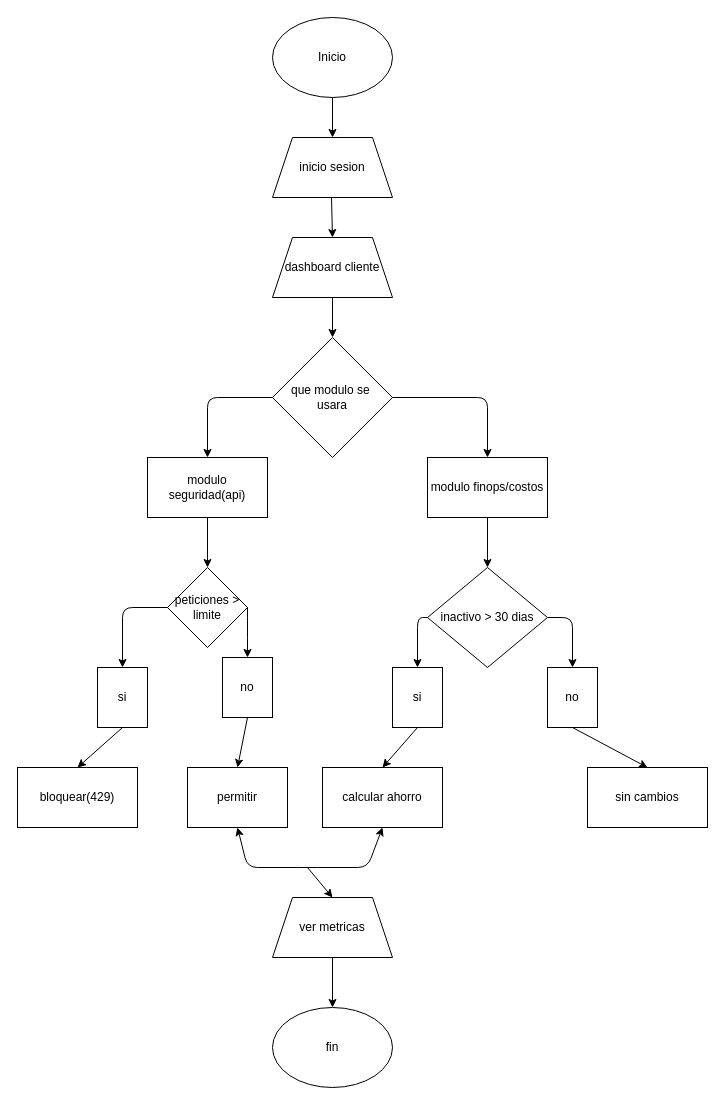
Before: PRACTICES/Unit1/aguirre-idea.drawio in esteban3042250018-glitch/4B_practices_aguirre, a draw.io diagram. Source tidied: cells renumbered, new cells numbered last; positions are measured from the earlier drawing's top-left corner, leaving out a move shared by most shapes. Both pictures are drawn from the tidied source at 100%, with x=0, y=0 at pixel (17, 17).
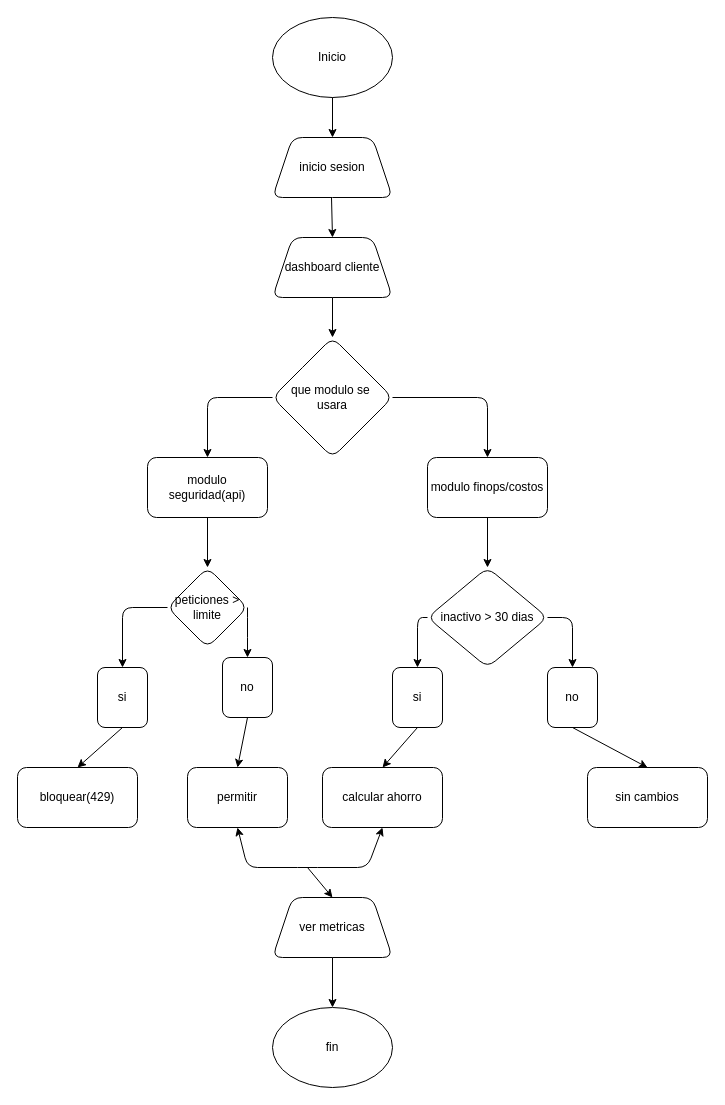
Above is the later version.

The edit, as a diff of the source:
```diff
@@
-<mxGraphModel>
+<mxGraphModel background="light-dark(#ffffff, #121212)">
@@
-    <mxCell id="2" value="Inicio" style="ellipse;whiteSpace=wrap;html=1;" parent="1" vertex="1">
+    <mxCell id="2" value="Inicio" style="ellipse;whiteSpace=wrap;html=1;rounded=1;" parent="1" vertex="1">
       <mxGeometry x="255" width="120" height="80" as="geometry" />
     </mxCell>
-    <mxCell id="3" value="inicio sesion" style="shape=trapezoid;perimeter=trapezoidPerimeter;whiteSpace=wrap;html=1;fixedSize=1;" parent="1" vertex="1">
+    <mxCell id="3" value="inicio sesion" style="shape=trapezoid;perimeter=trapezoidPerimeter;whiteSpace=wrap;html=1;fixedSize=1;rounded=1;" parent="1" vertex="1">
       <mxGeometry x="255" y="120" width="120" height="60" as="geometry" />
     </mxCell>
-    <mxCell id="4" value="que modulo se&amp;nbsp;&lt;div&gt;usara&lt;/div&gt;" style="rhombus;whiteSpace=wrap;html=1;" parent="1" vertex="1">
+    <mxCell id="4" value="que modulo se&amp;nbsp;&lt;div&gt;usara&lt;/div&gt;" style="rhombus;whiteSpace=wrap;html=1;rounded=1;" parent="1" vertex="1">
       <mxGeometry x="255" y="320" width="120" height="120" as="geometry" />
     </mxCell>
-    <mxCell id="5" value="dashboard cliente" style="shape=trapezoid;perimeter=trapezoidPerimeter;whiteSpace=wrap;html=1;fixedSize=1;" parent="1" vertex="1">
+    <mxCell id="5" value="dashboard cliente" style="shape=trapezoid;perimeter=trapezoidPerimeter;whiteSpace=wrap;html=1;fixedSize=1;rounded=1;" parent="1" vertex="1">
       <mxGeometry x="255" y="220" width="120" height="60" as="geometry" />
     </mxCell>
-    <mxCell id="6" value="modulo seguridad(api)" style="rounded=0;whiteSpace=wrap;html=1;" parent="1" vertex="1">
+    <mxCell id="6" value="modulo seguridad(api)" style="rounded=1;whiteSpace=wrap;html=1;" parent="1" vertex="1">
       <mxGeometry x="130" y="440" width="120" height="60" as="geometry" />
     </mxCell>
-    <mxCell id="7" value="modulo finops/costos" style="rounded=0;whiteSpace=wrap;html=1;" parent="1" vertex="1">
+    <mxCell id="7" value="modulo finops/costos" style="rounded=1;whiteSpace=wrap;html=1;" parent="1" vertex="1">
       <mxGeometry x="410" y="440" width="120" height="60" as="geometry" />
     </mxCell>
-    <mxCell id="8" value="peticiones &amp;gt; limite" style="rhombus;whiteSpace=wrap;html=1;" parent="1" vertex="1">
+    <mxCell id="8" value="peticiones &amp;gt; limite" style="rhombus;whiteSpace=wrap;html=1;rounded=1;" parent="1" vertex="1">
       <mxGeometry x="150" y="550" width="80" height="80" as="geometry" />
     </mxCell>
-    <mxCell id="9" value="si" style="rounded=0;whiteSpace=wrap;html=1;" parent="1" vertex="1">
+    <mxCell id="9" value="si" style="rounded=1;whiteSpace=wrap;html=1;" parent="1" vertex="1">
       <mxGeometry x="80" y="650" width="50" height="60" as="geometry" />
     </mxCell>
-    <mxCell id="10" value="no" style="rounded=0;whiteSpace=wrap;html=1;" parent="1" vertex="1">
+    <mxCell id="10" value="no" style="rounded=1;whiteSpace=wrap;html=1;" parent="1" vertex="1">
       <mxGeometry x="205" y="640" width="50" height="60" as="geometry" />
     </mxCell>
-    <mxCell id="11" value="bloquear(429)" style="rounded=0;whiteSpace=wrap;html=1;" parent="1" vertex="1">
+    <mxCell id="11" value="bloquear(429)" style="rounded=1;whiteSpace=wrap;html=1;" parent="1" vertex="1">
       <mxGeometry y="750" width="120" height="60" as="geometry" />
     </mxCell>
-    <mxCell id="12" value="permitir" style="rounded=0;whiteSpace=wrap;html=1;" parent="1" vertex="1">
+    <mxCell id="12" value="permitir" style="rounded=1;whiteSpace=wrap;html=1;" parent="1" vertex="1">
       <mxGeometry x="170" y="750" width="100" height="60" as="geometry" />
     </mxCell>
-    <mxCell id="13" value="inactivo &amp;gt; 30 dias" style="rhombus;whiteSpace=wrap;html=1;" parent="1" vertex="1">
+    <mxCell id="13" value="inactivo &amp;gt; 30 dias" style="rhombus;whiteSpace=wrap;html=1;rounded=1;" parent="1" vertex="1">
       <mxGeometry x="410" y="550" width="120" height="100" as="geometry" />
     </mxCell>
-    <mxCell id="14" value="si" style="rounded=0;whiteSpace=wrap;html=1;" parent="1" vertex="1">
+    <mxCell id="14" value="si" style="rounded=1;whiteSpace=wrap;html=1;" parent="1" vertex="1">
       <mxGeometry x="375" y="650" width="50" height="60" as="geometry" />
     </mxCell>
-    <mxCell id="15" value="no" style="rounded=0;whiteSpace=wrap;html=1;" parent="1" vertex="1">
+    <mxCell id="15" value="no" style="rounded=1;whiteSpace=wrap;html=1;" parent="1" vertex="1">
       <mxGeometry x="530" y="650" width="50" height="60" as="geometry" />
     </mxCell>
-    <mxCell id="16" value="calcular ahorro" style="rounded=0;whiteSpace=wrap;html=1;" parent="1" vertex="1">
+    <mxCell id="16" value="calcular ahorro" style="rounded=1;whiteSpace=wrap;html=1;" parent="1" vertex="1">
       <mxGeometry x="305" y="750" width="120" height="60" as="geometry" />
     </mxCell>
-    <mxCell id="17" value="sin cambios" style="rounded=0;whiteSpace=wrap;html=1;" parent="1" vertex="1">
+    <mxCell id="17" value="sin cambios" style="rounded=1;whiteSpace=wrap;html=1;" parent="1" vertex="1">
       <mxGeometry x="570" y="750" width="120" height="60" as="geometry" />
     </mxCell>
-    <mxCell id="18" value="ver metricas" style="shape=trapezoid;perimeter=trapezoidPerimeter;whiteSpace=wrap;html=1;fixedSize=1;" parent="1" vertex="1">
+    <mxCell id="18" value="ver metricas" style="shape=trapezoid;perimeter=trapezoidPerimeter;whiteSpace=wrap;html=1;fixedSize=1;rounded=1;" parent="1" vertex="1">
       <mxGeometry x="255" y="880" width="120" height="60" as="geometry" />
     </mxCell>
-    <mxCell id="19" value="fin" style="ellipse;whiteSpace=wrap;html=1;" parent="1" vertex="1">
+    <mxCell id="19" value="fin" style="ellipse;whiteSpace=wrap;html=1;rounded=1;" parent="1" vertex="1">
       <mxGeometry x="255" y="990" width="120" height="80" as="geometry" />
     </mxCell>
-    <mxCell id="20" style="endArrow=classic;html=1;exitX=0.5;exitY=1;exitDx=0;exitDy=0;entryX=0.5;entryY=0;entryDx=0;entryDy=0;" parent="1" edge="1" source="2" target="3">
+    <mxCell id="20" style="endArrow=classic;html=1;exitX=0.5;exitY=1;exitDx=0;exitDy=0;entryX=0.5;entryY=0;entryDx=0;entryDy=0;rounded=1;" parent="1" edge="1" source="2" target="3">
       <mxGeometry relative="1" as="geometry" />
     </mxCell>
-    <mxCell id="21" style="endArrow=classic;html=1;entryX=0.5;entryY=0;entryDx=0;entryDy=0;" parent="1" edge="1" target="5">
+    <mxCell id="21" style="endArrow=classic;html=1;entryX=0.5;entryY=0;entryDx=0;entryDy=0;rounded=1;" parent="1" edge="1" target="5">
       <mxGeometry relative="1" as="geometry">
         <mxPoint x="314" y="180" as="sourcePoint" />
       </mxGeometry>
     </mxCell>
-    <mxCell id="22" style="endArrow=classic;html=1;entryX=0.5;entryY=0;entryDx=0;entryDy=0;exitX=0.5;exitY=1;exitDx=0;exitDy=0;" parent="1" edge="1" source="5" target="4">
+    <mxCell id="22" style="endArrow=classic;html=1;entryX=0.5;entryY=0;entryDx=0;entryDy=0;exitX=0.5;exitY=1;exitDx=0;exitDy=0;rounded=1;" parent="1" edge="1" source="5" target="4">
       <mxGeometry relative="1" as="geometry" />
     </mxCell>
-    <mxCell id="23" style="endArrow=classic;html=1;exitX=0;exitY=0.5;exitDx=0;exitDy=0;entryX=0.5;entryY=0;entryDx=0;entryDy=0;" parent="1" edge="1" source="4" target="6">
+    <mxCell id="23" style="endArrow=classic;html=1;exitX=0;exitY=0.5;exitDx=0;exitDy=0;entryX=0.5;entryY=0;entryDx=0;entryDy=0;rounded=1;" parent="1" edge="1" source="4" target="6">
       <mxGeometry relative="1" as="geometry">
         <Array as="points">
           <mxPoint x="190" y="380" />
         </Array>
       </mxGeometry>
     </mxCell>
-    <mxCell id="24" style="endArrow=classic;html=1;entryX=0.5;entryY=0;entryDx=0;entryDy=0;exitX=1;exitY=0.5;exitDx=0;exitDy=0;" parent="1" edge="1" source="4" target="7">
+    <mxCell id="24" style="endArrow=classic;html=1;entryX=0.5;entryY=0;entryDx=0;entryDy=0;exitX=1;exitY=0.5;exitDx=0;exitDy=0;rounded=1;" parent="1" edge="1" source="4" target="7">
       <mxGeometry relative="1" as="geometry">
         <Array as="points">
           <mxPoint x="470" y="380" />
         </Array>
       </mxGeometry>
     </mxCell>
-    <mxCell id="25" style="endArrow=classic;html=1;exitX=0.5;exitY=1;exitDx=0;exitDy=0;" parent="1" edge="1" source="6" target="8">
+    <mxCell id="25" style="endArrow=classic;html=1;exitX=0.5;exitY=1;exitDx=0;exitDy=0;rounded=1;" parent="1" edge="1" source="6" target="8">
       <mxGeometry relative="1" as="geometry" />
     </mxCell>
-    <mxCell id="26" style="endArrow=classic;html=1;exitX=0.5;exitY=1;exitDx=0;exitDy=0;entryX=0.5;entryY=0;entryDx=0;entryDy=0;" parent="1" edge="1" source="7" target="13">
+    <mxCell id="26" style="endArrow=classic;html=1;exitX=0.5;exitY=1;exitDx=0;exitDy=0;entryX=0.5;entryY=0;entryDx=0;entryDy=0;rounded=1;" parent="1" edge="1" source="7" target="13">
       <mxGeometry relative="1" as="geometry" />
     </mxCell>
-    <mxCell id="27" style="endArrow=classic;html=1;exitX=0;exitY=0.5;exitDx=0;exitDy=0;entryX=0.5;entryY=0;entryDx=0;entryDy=0;" parent="1" edge="1" source="8" target="9">
+    <mxCell id="27" style="endArrow=classic;html=1;exitX=0;exitY=0.5;exitDx=0;exitDy=0;entryX=0.5;entryY=0;entryDx=0;entryDy=0;rounded=1;" parent="1" edge="1" source="8" target="9">
       <mxGeometry relative="1" as="geometry">
         <Array as="points">
           <mxPoint x="105" y="590" />
         </Array>
       </mxGeometry>
     </mxCell>
-    <mxCell id="28" style="endArrow=classic;html=1;exitX=1;exitY=0.5;exitDx=0;exitDy=0;entryX=0.5;entryY=0;entryDx=0;entryDy=0;" parent="1" edge="1" source="8" target="10">
+    <mxCell id="28" style="endArrow=classic;html=1;exitX=1;exitY=0.5;exitDx=0;exitDy=0;entryX=0.5;entryY=0;entryDx=0;entryDy=0;rounded=1;" parent="1" edge="1" source="8" target="10">
       <mxGeometry relative="1" as="geometry">
         <Array as="points">
           <mxPoint x="230" y="610" />
         </Array>
       </mxGeometry>
     </mxCell>
-    <mxCell id="29" style="endArrow=classic;html=1;entryX=0.5;entryY=0;entryDx=0;entryDy=0;exitX=0;exitY=0.5;exitDx=0;exitDy=0;" parent="1" edge="1" source="13" target="14">
+    <mxCell id="29" style="endArrow=classic;html=1;entryX=0.5;entryY=0;entryDx=0;entryDy=0;exitX=0;exitY=0.5;exitDx=0;exitDy=0;rounded=1;" parent="1" edge="1" source="13" target="14">
       <mxGeometry relative="1" as="geometry">
         <Array as="points">
           <mxPoint x="400" y="600" />
         </Array>
       </mxGeometry>
     </mxCell>
-    <mxCell id="30" style="endArrow=classic;html=1;entryX=0.5;entryY=0;entryDx=0;entryDy=0;exitX=1;exitY=0.5;exitDx=0;exitDy=0;" parent="1" edge="1" source="13" target="15">
+    <mxCell id="30" style="endArrow=classic;html=1;entryX=0.5;entryY=0;entryDx=0;entryDy=0;exitX=1;exitY=0.5;exitDx=0;exitDy=0;rounded=1;" parent="1" edge="1" source="13" target="15">
       <mxGeometry relative="1" as="geometry">
         <Array as="points">
           <mxPoint x="555" y="600" />
         </Array>
       </mxGeometry>
     </mxCell>
-    <mxCell id="31" style="endArrow=classic;html=1;exitX=0.5;exitY=1;exitDx=0;exitDy=0;entryX=0.5;entryY=0;entryDx=0;entryDy=0;" parent="1" edge="1" source="9" target="11">
+    <mxCell id="31" style="endArrow=classic;html=1;exitX=0.5;exitY=1;exitDx=0;exitDy=0;entryX=0.5;entryY=0;entryDx=0;entryDy=0;rounded=1;" parent="1" edge="1" source="9" target="11">
       <mxGeometry relative="1" as="geometry" />
     </mxCell>
-    <mxCell id="32" style="endArrow=classic;html=1;exitX=0.5;exitY=1;exitDx=0;exitDy=0;entryX=0.5;entryY=0;entryDx=0;entryDy=0;" parent="1" edge="1" source="10" target="12">
+    <mxCell id="32" style="endArrow=classic;html=1;exitX=0.5;exitY=1;exitDx=0;exitDy=0;entryX=0.5;entryY=0;entryDx=0;entryDy=0;rounded=1;" parent="1" edge="1" source="10" target="12">
       <mxGeometry relative="1" as="geometry" />
     </mxCell>
-    <mxCell id="33" style="endArrow=classic;html=1;entryX=0.5;entryY=0;entryDx=0;entryDy=0;exitX=0.5;exitY=1;exitDx=0;exitDy=0;" parent="1" edge="1" source="14" target="16">
+    <mxCell id="33" style="endArrow=classic;html=1;entryX=0.5;entryY=0;entryDx=0;entryDy=0;exitX=0.5;exitY=1;exitDx=0;exitDy=0;rounded=1;" parent="1" edge="1" source="14" target="16">
       <mxGeometry relative="1" as="geometry" />
     </mxCell>
-    <mxCell id="34" style="endArrow=classic;html=1;entryX=0.5;entryY=0;entryDx=0;entryDy=0;exitX=0.5;exitY=1;exitDx=0;exitDy=0;" parent="1" edge="1" source="15" target="17">
+    <mxCell id="34" style="endArrow=classic;html=1;entryX=0.5;entryY=0;entryDx=0;entryDy=0;exitX=0.5;exitY=1;exitDx=0;exitDy=0;rounded=1;" parent="1" edge="1" source="15" target="17">
       <mxGeometry relative="1" as="geometry" />
     </mxCell>
-    <mxCell id="35" style="endArrow=classic;startArrow=classic;html=1;exitX=0.5;exitY=1;exitDx=0;exitDy=0;entryX=0.5;entryY=1;entryDx=0;entryDy=0;" parent="1" edge="1" source="12" target="16">
+    <mxCell id="35" style="endArrow=classic;startArrow=classic;html=1;exitX=0.5;exitY=1;exitDx=0;exitDy=0;entryX=0.5;entryY=1;entryDx=0;entryDy=0;rounded=1;" parent="1" edge="1" source="12" target="16">
       <mxGeometry relative="1" as="geometry">
         <Array as="points">
           <mxPoint x="230" y="850" />
           <mxPoint x="290" y="850" />
           <mxPoint x="350" y="850" />
         </Array>
       </mxGeometry>
     </mxCell>
-    <mxCell id="36" style="endArrow=classic;html=1;entryX=0.5;entryY=0;entryDx=0;entryDy=0;" parent="1" edge="1" target="18">
+    <mxCell id="36" style="endArrow=classic;html=1;entryX=0.5;entryY=0;entryDx=0;entryDy=0;rounded=1;" parent="1" edge="1" target="18">
       <mxGeometry relative="1" as="geometry">
         <mxPoint x="290" y="850" as="sourcePoint" />
       </mxGeometry>
     </mxCell>
-    <mxCell id="37" style="endArrow=classic;html=1;exitX=0.5;exitY=1;exitDx=0;exitDy=0;entryX=0.5;entryY=0;entryDx=0;entryDy=0;" parent="1" edge="1" source="18" target="19">
+    <mxCell id="37" style="endArrow=classic;html=1;exitX=0.5;exitY=1;exitDx=0;exitDy=0;entryX=0.5;entryY=0;entryDx=0;entryDy=0;rounded=1;" parent="1" edge="1" source="18" target="19">
       <mxGeometry relative="1" as="geometry" />
     </mxCell>
```
